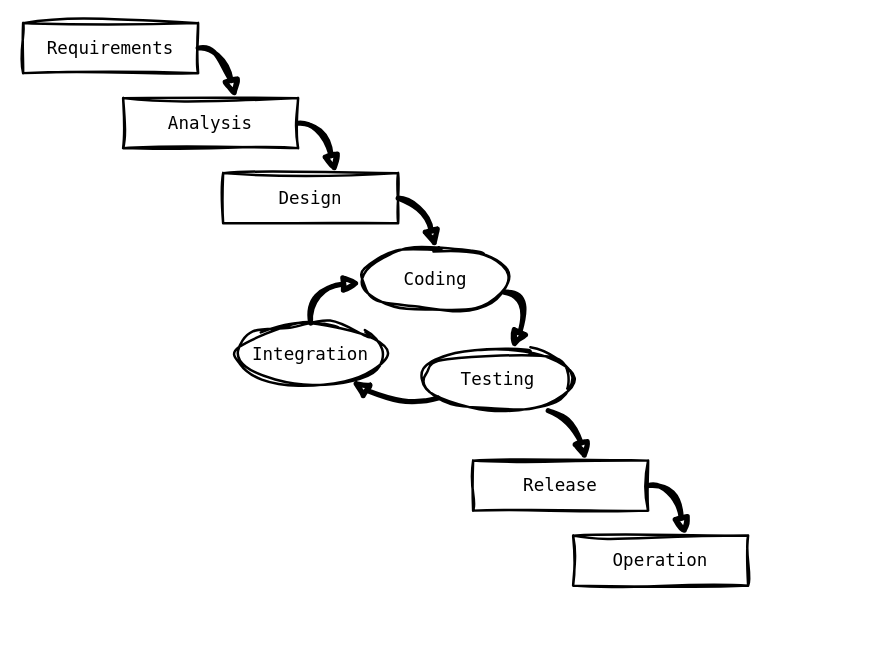
Before: ts/_/stepwise-with-iterations.drawio in kieranpotts/standards, a draw.io diagram. Source tidied: cells renumbered, new cells numbered last; positions are measured from the earlier drawing's top-left corner, leaving out a move shared by most shapes. Both pictures are drawn from the tidied source at 125%, with x=0, y=0 at pixel (22, 22).
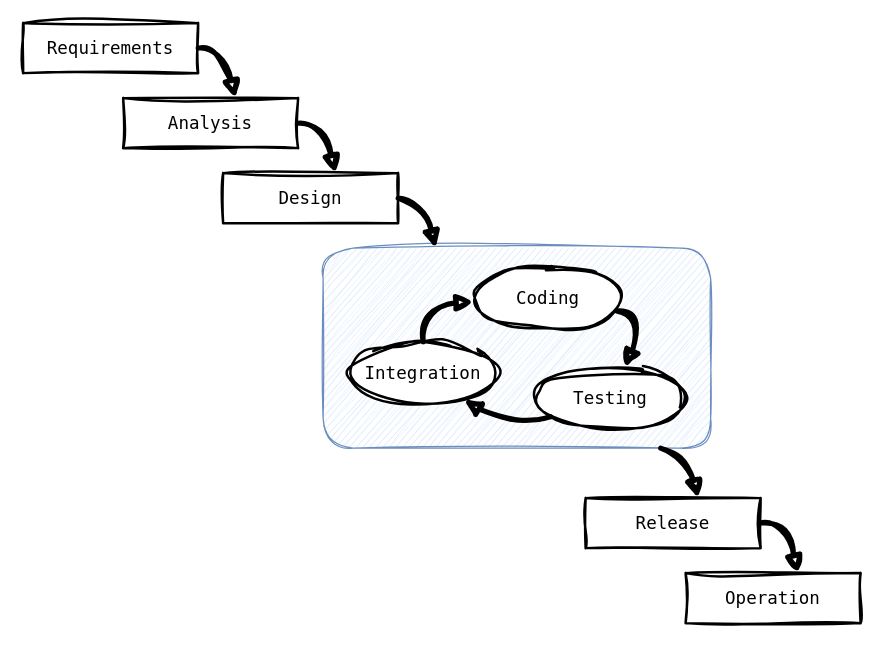
After the change.

Commit message (it also covers changes not shown here):
ts-1: update stepwise diagram

What changed in the source:
```diff
@@
+    <mxCell id="18" style="rounded=1;whiteSpace=wrap;html=1;fillColor=#dae8fc;strokeColor=#6c8ebf;sketch=1;curveFitting=1;jiggle=2;" parent="1" vertex="1">
+      <mxGeometry x="240" y="180" width="310" height="160" as="geometry" />
+    </mxCell>
@@
     <mxCell id="5" value="&lt;span&gt;Release&lt;/span&gt;" style="rounded=0;whiteSpace=wrap;html=1;fontStyle=0;fontFamily=Lucida Console;fontSize=14;strokeWidth=2;sketch=1;curveFitting=1;jiggle=2;" parent="1" vertex="1">
-      <mxGeometry x="360" y="350" width="140" height="40" as="geometry" />
+      <mxGeometry x="450" y="380" width="140" height="40" as="geometry" />
     </mxCell>
     <mxCell id="6" value="&lt;span&gt;Operation&lt;/span&gt;" style="rounded=0;whiteSpace=wrap;html=1;fontStyle=0;fontFamily=Lucida Console;fontSize=14;strokeWidth=2;sketch=1;curveFitting=1;jiggle=2;" parent="1" vertex="1">
-      <mxGeometry x="440" y="410" width="140" height="40" as="geometry" />
+      <mxGeometry x="530" y="440" width="140" height="40" as="geometry" />
     </mxCell>
@@
     <mxCell id="10" style="curved=1;endArrow=block;html=1;rounded=0;exitX=1;exitY=0.5;exitDx=0;exitDy=0;strokeWidth=4;endFill=1;entryX=0.643;entryY=0;entryDx=0;entryDy=0;entryPerimeter=0;sketch=1;curveFitting=1;jiggle=2;" parent="1" edge="1">
       <mxGeometry relative="1" as="geometry">
-        <mxPoint x="420" y="310" as="sourcePoint" />
-        <mxPoint x="450" y="350" as="targetPoint" />
+        <mxPoint x="510" y="340" as="sourcePoint" />
+        <mxPoint x="540" y="380" as="targetPoint" />
         <Array as="points">
-          <mxPoint x="440" y="310" />
+          <mxPoint x="530" y="340" />
         </Array>
       </mxGeometry>
     </mxCell>
     <mxCell id="11" style="curved=1;endArrow=block;html=1;rounded=0;exitX=1;exitY=0.5;exitDx=0;exitDy=0;strokeWidth=4;endFill=1;entryX=0.643;entryY=0;entryDx=0;entryDy=0;entryPerimeter=0;sketch=1;curveFitting=1;jiggle=2;" parent="1" edge="1">
       <mxGeometry relative="1" as="geometry">
-        <mxPoint x="500" y="370" as="sourcePoint" />
-        <mxPoint x="530" y="410" as="targetPoint" />
+        <mxPoint x="590" y="400" as="sourcePoint" />
+        <mxPoint x="620" y="440" as="targetPoint" />
         <Array as="points">
-          <mxPoint x="520" y="370" />
+          <mxPoint x="610" y="400" />
         </Array>
       </mxGeometry>
     </mxCell>
     <mxCell id="12" value="&lt;span style=&quot;font-family: &amp;quot;Lucida Console&amp;quot;; font-size: 14px;&quot;&gt;Coding&lt;/span&gt;" style="ellipse;whiteSpace=wrap;html=1;strokeWidth=2;sketch=1;curveFitting=1;jiggle=2;" parent="1" vertex="1">
-      <mxGeometry x="270" y="180" width="120" height="50" as="geometry" />
+      <mxGeometry x="360" y="195" width="120" height="50" as="geometry" />
     </mxCell>
     <mxCell id="13" value="&lt;span style=&quot;font-family: &amp;quot;Lucida Console&amp;quot;; font-size: 14px;&quot;&gt;Testing&lt;/span&gt;" style="ellipse;whiteSpace=wrap;html=1;strokeWidth=2;sketch=1;curveFitting=1;jiggle=2;" parent="1" vertex="1">
-      <mxGeometry x="320" y="260" width="120" height="50" as="geometry" />
+      <mxGeometry x="410" y="275" width="120" height="50" as="geometry" />
     </mxCell>
     <mxCell id="14" value="&lt;span style=&quot;font-family: &amp;quot;Lucida Console&amp;quot;; font-size: 14px;&quot;&gt;Integration&lt;/span&gt;" style="ellipse;whiteSpace=wrap;html=1;strokeWidth=2;sketch=1;curveFitting=1;jiggle=2;" parent="1" vertex="1">
-      <mxGeometry x="170" y="240" width="120" height="50" as="geometry" />
+      <mxGeometry x="260" y="255" width="120" height="50" as="geometry" />
     </mxCell>
     <mxCell id="15" style="curved=1;endArrow=block;html=1;rounded=0;strokeWidth=4;endFill=1;sketch=1;curveFitting=1;jiggle=2;" parent="1" edge="1" source="12" target="13">
       <mxGeometry relative="1" as="geometry">
         <Array as="points">
-          <mxPoint x="410" y="220" />
+          <mxPoint x="500" y="235" />
         </Array>
       </mxGeometry>
     </mxCell>
     <mxCell id="16" style="curved=1;endArrow=block;html=1;rounded=0;strokeWidth=4;endFill=1;sketch=1;curveFitting=1;jiggle=2;" parent="1" edge="1" source="13" target="14">
       <mxGeometry relative="1" as="geometry">
         <Array as="points">
-          <mxPoint x="300" y="310" />
+          <mxPoint x="390" y="325" />
         </Array>
       </mxGeometry>
     </mxCell>
     <mxCell id="17" style="curved=1;endArrow=block;html=1;rounded=0;strokeWidth=4;endFill=1;sketch=1;curveFitting=1;jiggle=2;" parent="1" edge="1" source="14" target="12">
       <mxGeometry relative="1" as="geometry">
         <Array as="points">
-          <mxPoint x="230" y="210" />
+          <mxPoint x="320" y="225" />
         </Array>
       </mxGeometry>
     </mxCell>
```
